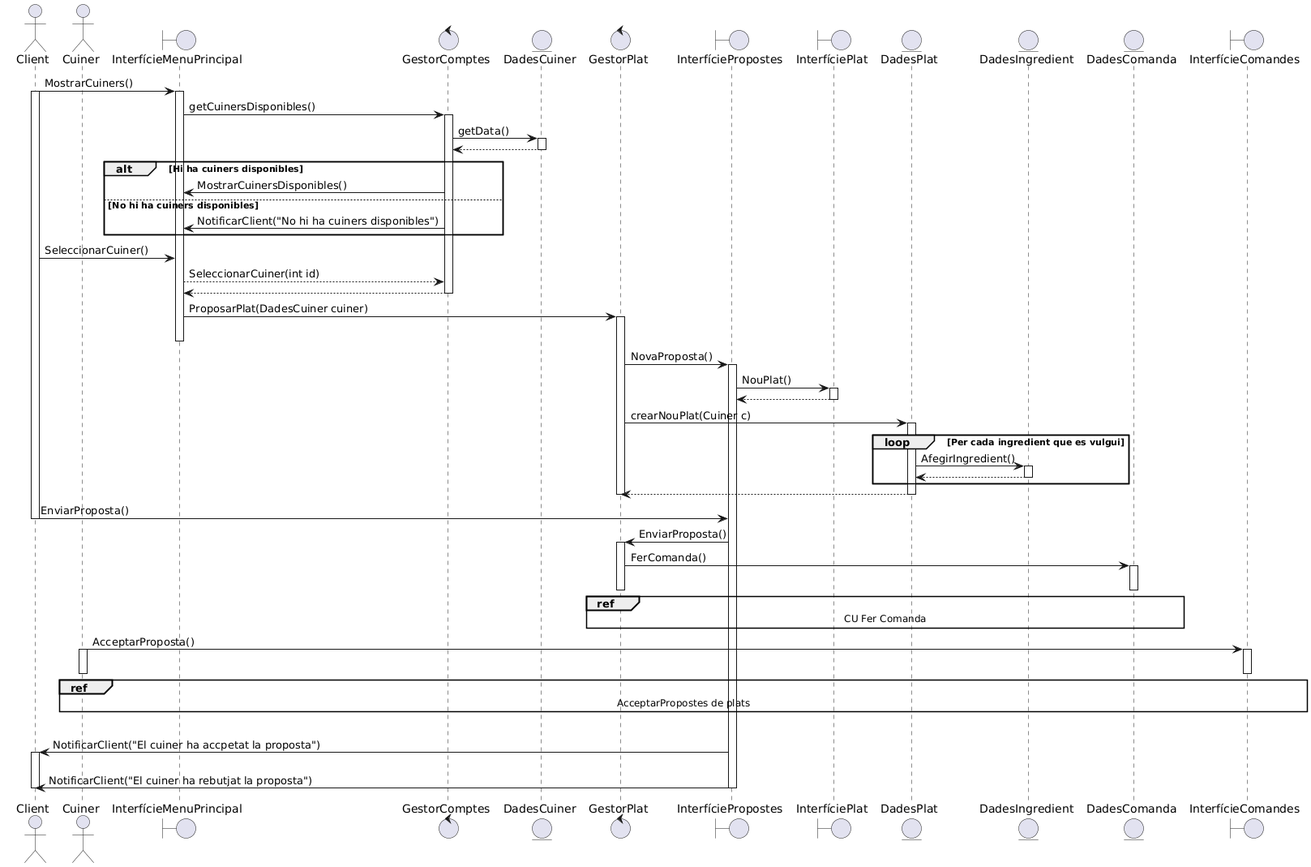
Before: documents/Diagrames i Especificacions/Seqüencia/seta/3 - Proposar Plats.png, a diagram exported from PlantUML (martipages/ES23UAB431-02).
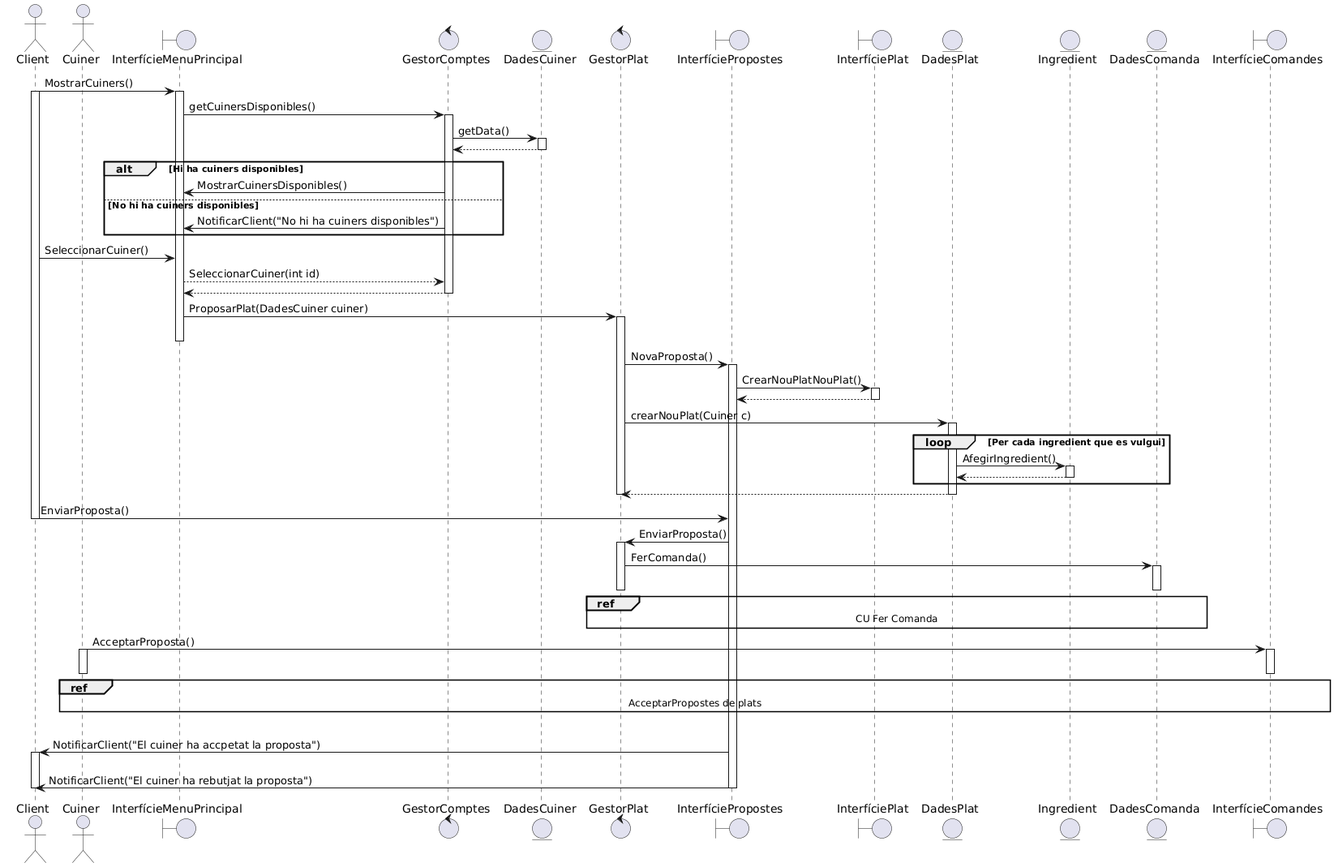
After the commit.

Change to the diagram source:
```diff
@@ -10,7 +10,7 @@
 boundary InterfíciePropostes
 boundary InterfíciePlat
 entity DadesPlat
-entity DadesIngredient
+entity Ingredient
 entity DadesComanda
 boundary InterfícieComandes
 
@@ -37,14 +37,14 @@
 InterfícieMenuPrincipal--
 
 GestorPlat->InterfíciePropostes++:NovaProposta()
-InterfíciePropostes->InterfíciePlat++:NouPlat()
+InterfíciePropostes->InterfíciePlat++:CrearNouPlatNouPlat()
 InterfíciePlat-->InterfíciePropostes
 InterfíciePlat--
 
 GestorPlat->DadesPlat++: crearNouPlat(Cuiner c)
 loop Per cada ingredient que es vulgui
-DadesPlat->DadesIngredient++:AfegirIngredient()
-DadesIngredient-->DadesPlat--
+DadesPlat->Ingredient++:AfegirIngredient()
+Ingredient-->DadesPlat--
 end
 DadesPlat-->GestorPlat
 GestorPlat--
```
